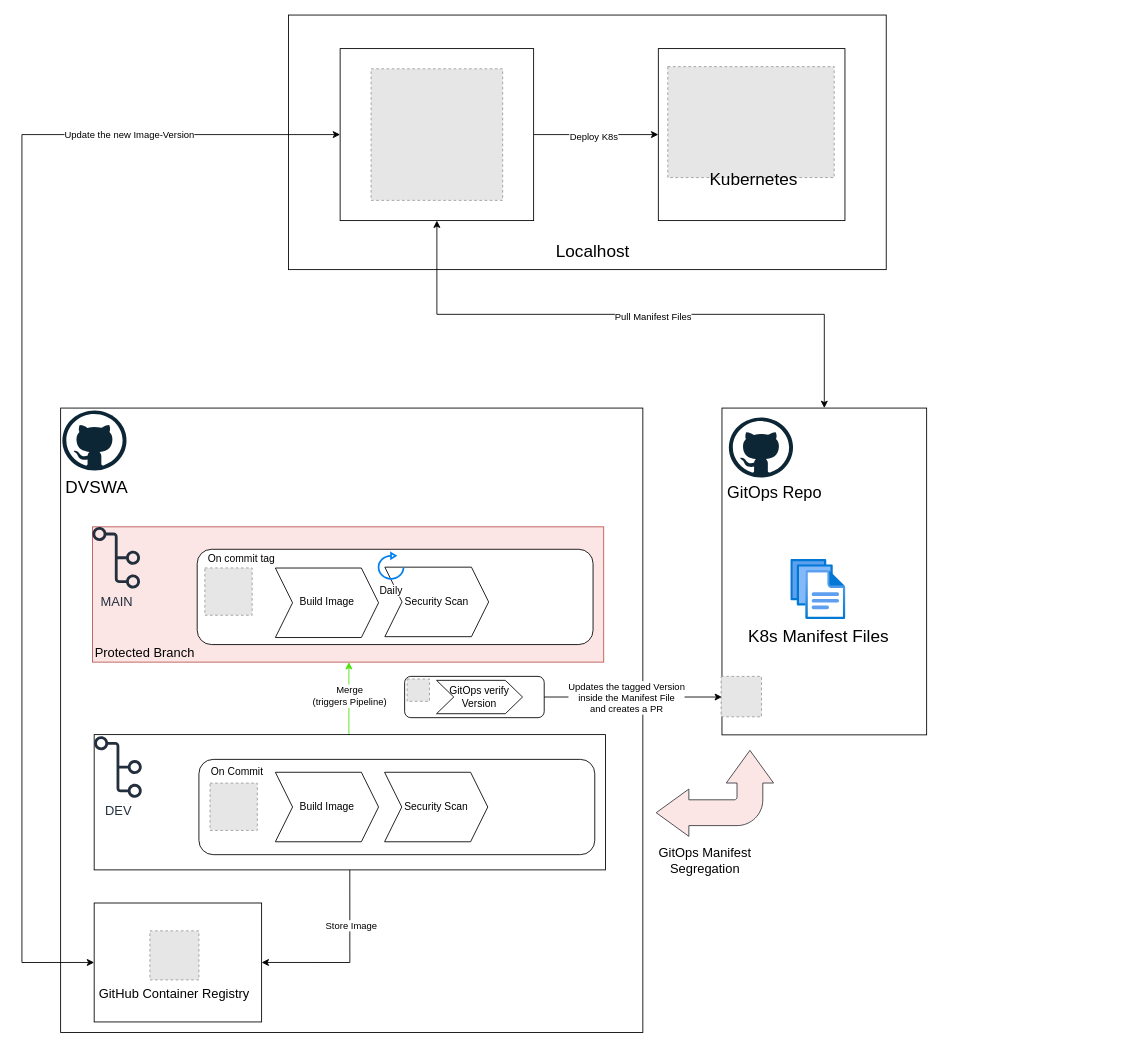
This is image/architekturV2.drawio from taher-alsaegh/04_Semesterarbeit, a draw.io file, before an edit. Source tidied: cells renumbered, new cells numbered last; positions are measured from the earlier drawing's top-left corner, leaving out a move shared by most shapes. Both pictures are drawn from the tidied source at 86%, with x=0, y=0 at pixel (22, 15). Pictures stored in the file or linked from it are replaced by grey dashed boxes.
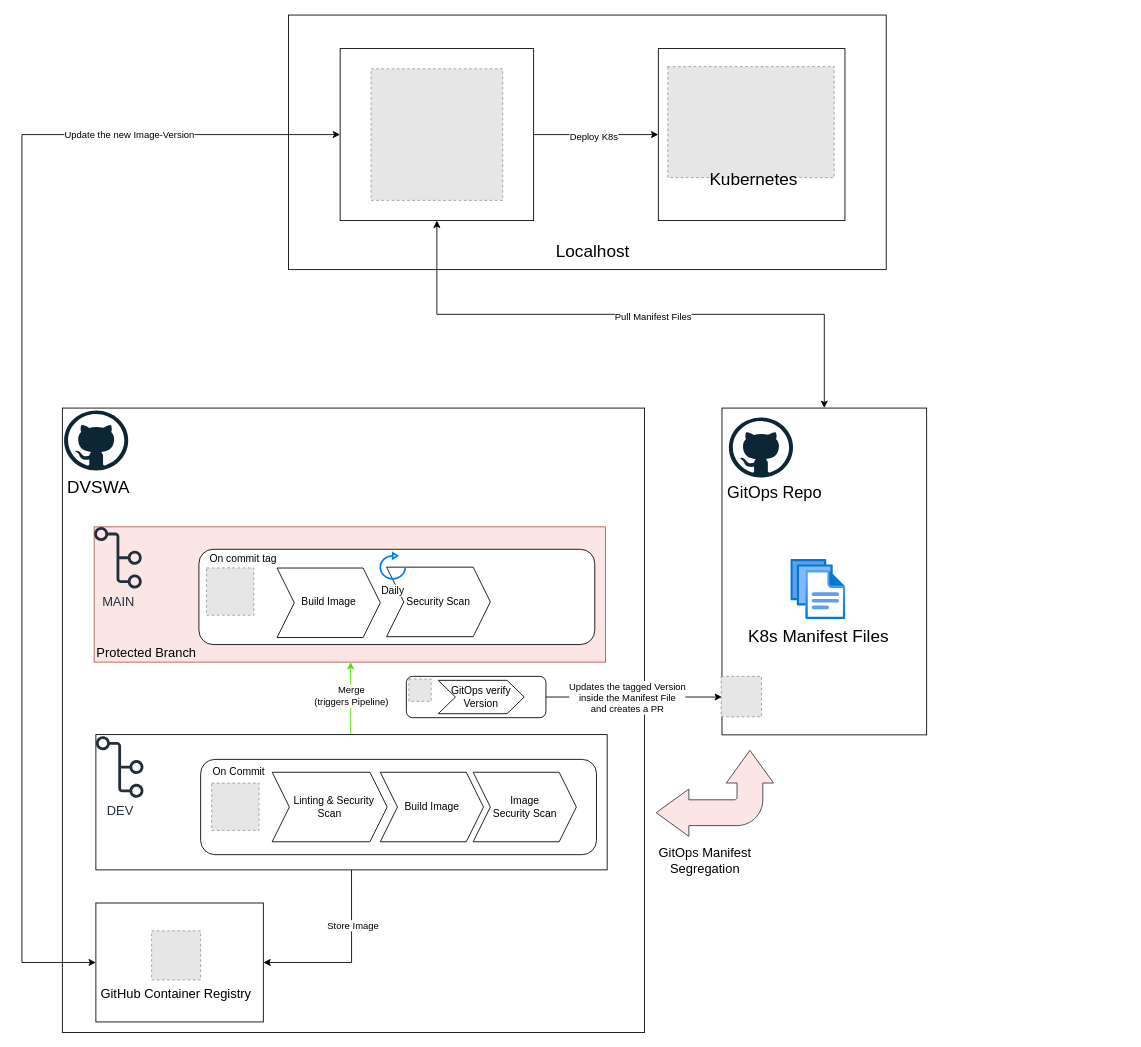
The same page after the edit.

Commit message:
doku: small fix in architecure diagram

What changed in the source:
```diff
@@
     <mxCell id="6" style="group;" parent="1" vertex="1">
-      <mxGeometry x="45" y="457" width="686.5" height="726" as="geometry" />
+      <mxGeometry x="47" y="457" width="686.5" height="726" as="geometry" />
     </mxCell>
@@
     <mxCell id="21" value="Build Image" style="shape=step;perimeter=stepPerimeter;whiteSpace=wrap;html=1;fixedSize=1;" parent="6" vertex="1">
-      <mxGeometry x="249.7" y="423.5" width="120" height="80.8" as="geometry" />
+      <mxGeometry x="369.7" y="423.5" width="120" height="80.8" as="geometry" />
     </mxCell>
-    <mxCell id="22" value="Security Scan" style="shape=step;perimeter=stepPerimeter;whiteSpace=wrap;html=1;fixedSize=1;" parent="6" vertex="1">
-      <mxGeometry x="376.7" y="423.5" width="120" height="80.8" as="geometry" />
+    <mxCell id="22" value="Image &lt;br&gt;Security Scan" style="shape=step;perimeter=stepPerimeter;whiteSpace=wrap;html=1;fixedSize=1;" parent="6" vertex="1">
+      <mxGeometry x="477.7" y="423.5" width="120" height="80.8" as="geometry" />
     </mxCell>
@@
+    <mxCell id="53" value="&amp;nbsp; &amp;nbsp;Linting &amp;amp; Security&lt;br&gt;Scan" style="shape=step;perimeter=stepPerimeter;whiteSpace=wrap;html=1;fixedSize=1;" parent="6" vertex="1">
+      <mxGeometry x="244" y="423.5" width="133.7" height="80.8" as="geometry" />
+    </mxCell>
```
